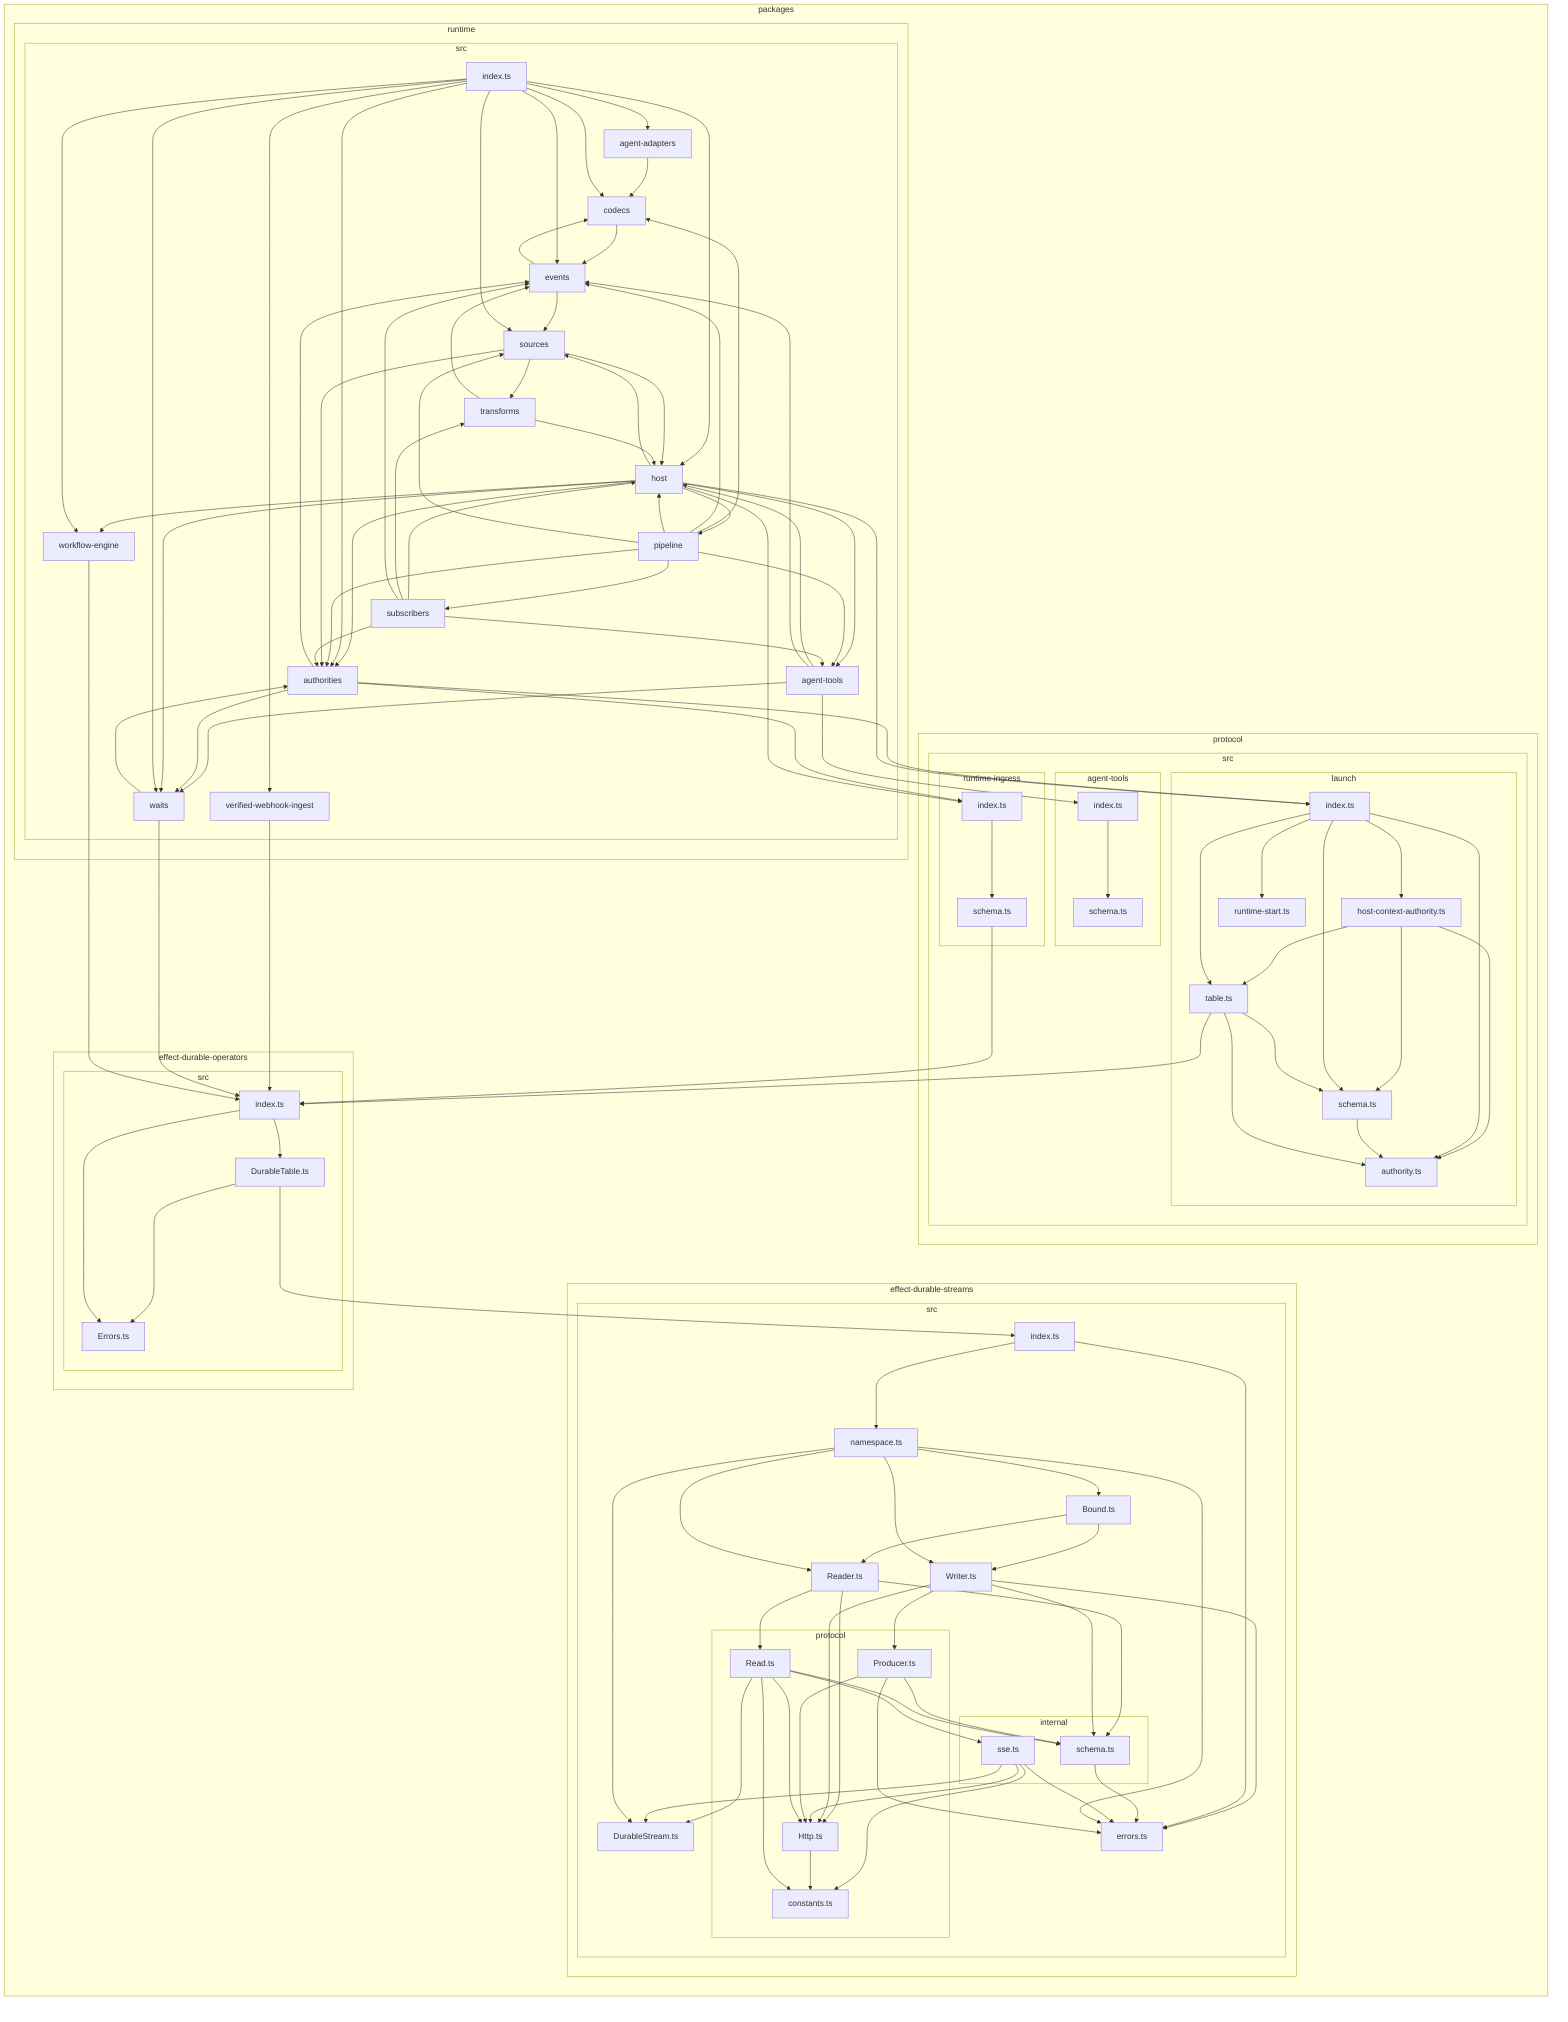
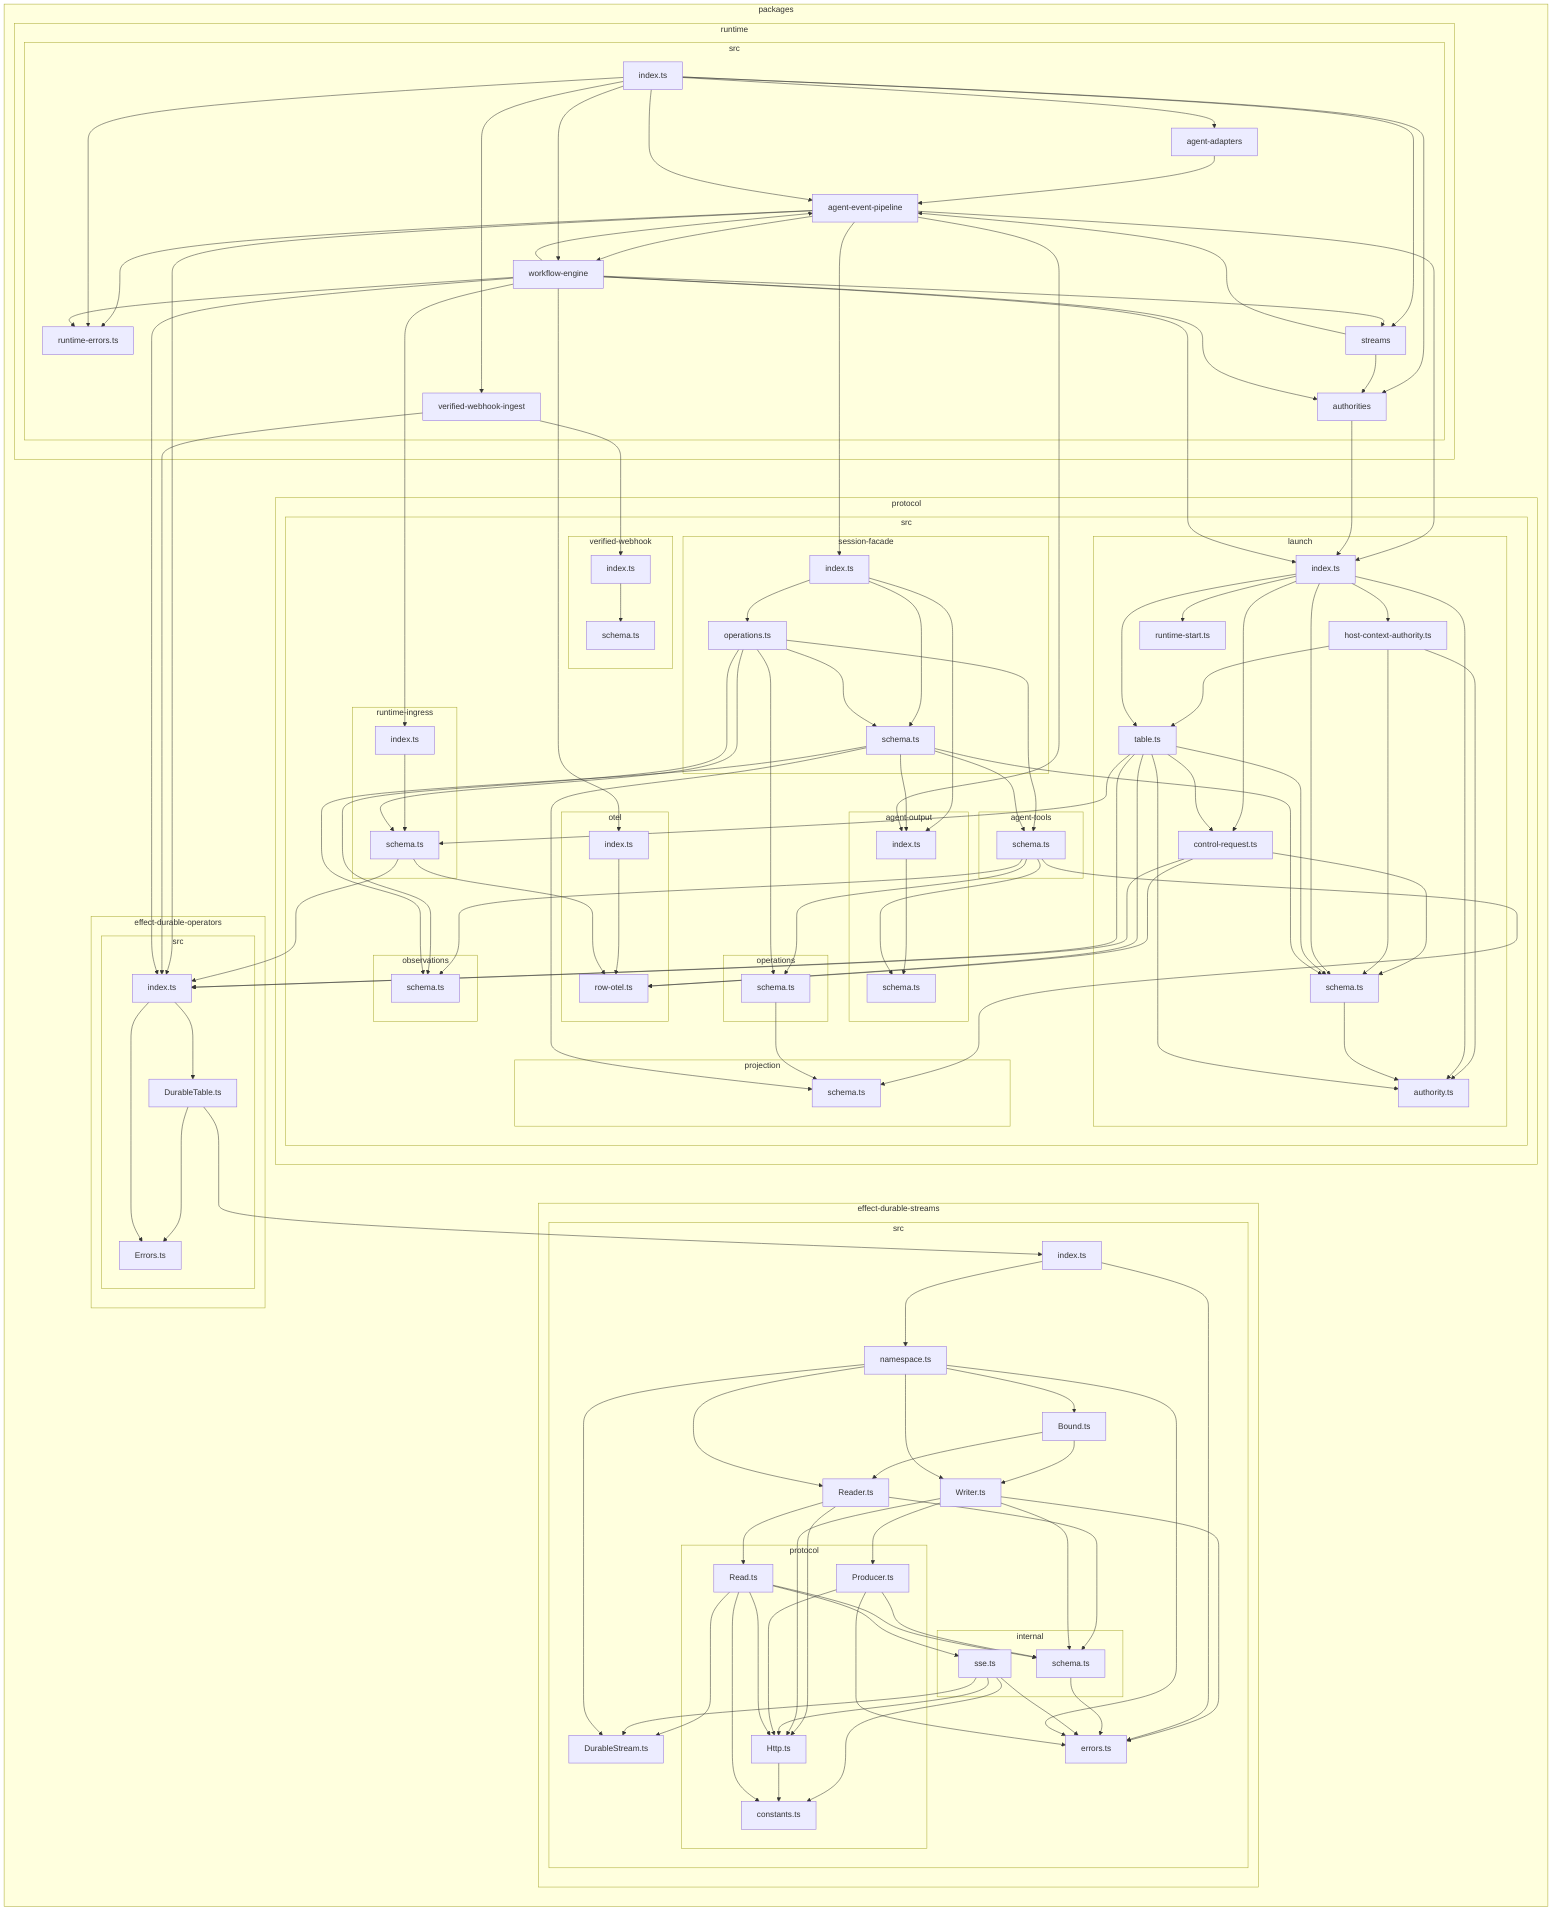
flowchart LR

subgraph 0["packages"]
subgraph 1["effect-durable-operators"]
subgraph 2["src"]
3["DurableTable.ts"]
4["Errors.ts"]
5["index.ts"]
end
end
subgraph 6["effect-durable-streams"]
subgraph 7["src"]
8["Bound.ts"]
9["DurableStream.ts"]
A["Reader.ts"]
B["Writer.ts"]
C["errors.ts"]
D["index.ts"]
subgraph E["internal"]
F["schema.ts"]
G["sse.ts"]
end
H["namespace.ts"]
subgraph I["protocol"]
J["Http.ts"]
K["Producer.ts"]
L["Read.ts"]
M["constants.ts"]
end
end
end
subgraph N["protocol"]
subgraph O["src"]
- subgraph P["agent-tools"]
+ subgraph P["agent-output"]
Q["index.ts"]
R["schema.ts"]
end
- subgraph S["launch"]
- T["authority.ts"]
- U["host-context-authority.ts"]
- V["index.ts"]
- W["runtime-start.ts"]
- X["schema.ts"]
- Y["table.ts"]
+ subgraph S["agent-tools"]
+ T["schema.ts"]
end
- subgraph Z["runtime-ingress"]
- 10["index.ts"]
- 11["schema.ts"]
+ subgraph U["launch"]
+ V["authority.ts"]
+ W["control-request.ts"]
+ X["host-context-authority.ts"]
+ Y["index.ts"]
+ Z["runtime-start.ts"]
+ 10["schema.ts"]
+ 11["table.ts"]
+ end
+ subgraph 12["observations"]
+ 13["schema.ts"]
+ end
+ subgraph 14["operations"]
+ 15["schema.ts"]
+ end
+ subgraph 16["otel"]
+ 17["index.ts"]
+ 18["row-otel.ts"]
+ end
+ subgraph 19["projection"]
+ 1A["schema.ts"]
+ end
+ subgraph 1B["runtime-ingress"]
+ 1C["index.ts"]
+ 1D["schema.ts"]
+ end
+ subgraph 1E["session-facade"]
+ 1F["index.ts"]
+ 1G["operations.ts"]
+ 1H["schema.ts"]
+ end
+ subgraph 1I["verified-webhook"]
+ 1J["index.ts"]
+ 1K["schema.ts"]
end
end
end
- subgraph 12["runtime"]
- subgraph 13["src"]
- 14["agent-adapters"]
- 15["agent-tools"]
- 16["authorities"]
- 17["codecs"]
- 18["events"]
- 19["host"]
- 1A["index.ts"]
- 1B["pipeline"]
- 1C["sources"]
- 1D["subscribers"]
- 1E["transforms"]
- 1F["verified-webhook-ingest"]
- 1G["waits"]
- 1H["workflow-engine"]
+ subgraph 1L["runtime"]
+ subgraph 1M["src"]
+ 1N["agent-adapters"]
+ 1O["agent-event-pipeline"]
+ 1P["authorities"]
+ 1Q["index.ts"]
+ 1R["runtime-errors.ts"]
+ 1S["streams"]
+ 1T["verified-webhook-ingest"]
+ 1U["workflow-engine"]
end
end
end
3-->4
3-->D
5-->3
5-->4
8-->A
8-->B
A-->F
A-->J
A-->L
B-->C
B-->F
B-->J
B-->K
D-->C
D-->H
F-->C
G-->9
G-->C
G-->M
G-->J
H-->8
H-->9
H-->C
H-->A
H-->B
J-->M
K-->C
K-->F
K-->J
L-->9
L-->F
L-->G
L-->M
L-->J
Q-->R
- U-->T
- U-->X
- U-->Y
- V-->T
- V-->U
- V-->W
- V-->X
- V-->Y
- X-->T
- Y-->T
+ T-->R
+ T-->13
+ T-->15
+ T-->1A
+ W-->18
+ W-->10
+ W-->5
+ X-->V
+ X-->10
+ X-->11
+ Y-->V
+ Y-->W
Y-->X
- Y-->5
- 10-->11
+ Y-->Z
+ Y-->10
+ Y-->11
+ 10-->V
+ 11-->18
+ 11-->1D
+ 11-->V
+ 11-->W
+ 11-->10
11-->5
- 14-->17
- 15-->19
- 15-->1G
- 15-->18
- 15-->Q
- 16-->1G
- 16-->V
- 16-->10
- 16-->18
+ 15-->1A
17-->18
- 18-->17
- 18-->1C
- 19-->V
- 19-->15
- 19-->16
- 19-->1B
- 19-->1C
- 19-->1G
- 19-->1H
- 19-->10
- 1A-->14
- 1A-->16
- 1A-->17
- 1A-->18
- 1A-->19
- 1A-->1C
- 1A-->1F
- 1A-->1G
- 1A-->1H
- 1B-->15
- 1B-->16
- 1B-->17
- 1B-->18
- 1B-->19
- 1B-->1C
- 1B-->1D
- 1C-->16
- 1C-->1E
- 1C-->19
- 1D-->16
- 1D-->19
- 1D-->1E
- 1D-->15
+ 1C-->1D
1D-->18
- 1E-->18
- 1E-->19
- 1F-->5
- 1G-->5
- 1G-->16
- 1H-->5
+ 1D-->5
+ 1F-->Q
+ 1F-->1G
+ 1F-->1H
+ 1G-->T
+ 1G-->13
+ 1G-->15
+ 1G-->1D
+ 1G-->1H
+ 1H-->Q
+ 1H-->T
+ 1H-->10
+ 1H-->13
+ 1H-->1A
+ 1J-->1K
+ 1N-->1O
+ 1O-->Y
+ 1O-->Q
+ 1O-->1F
+ 1O-->1R
+ 1O-->5
+ 1O-->1U
+ 1P-->Y
+ 1Q-->1N
+ 1Q-->1O
+ 1Q-->1P
+ 1Q-->1R
+ 1Q-->1S
+ 1Q-->1T
+ 1Q-->1U
+ 1S-->1O
+ 1S-->1P
+ 1T-->1J
+ 1T-->5
+ 1U-->1S
+ 1U-->1P
+ 1U-->1R
+ 1U-->1O
+ 1U-->17
+ 1U-->1C
+ 1U-->Y
+ 1U-->5
